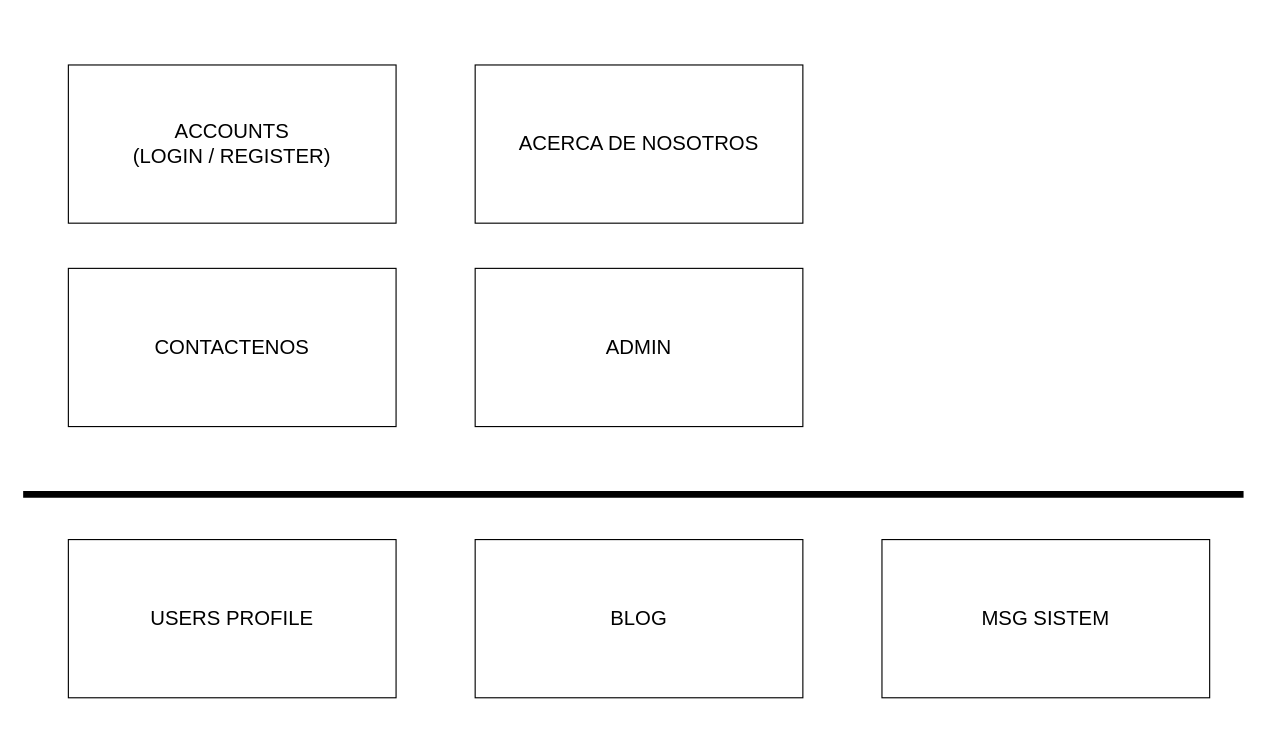
Before: apps.drawio in claracena/coderblog, a draw.io diagram. Source tidied: cells renumbered, new cells numbered last; positions are measured from the earlier drawing's top-left corner, leaving out a move shared by most shapes. Both pictures are drawn from the tidied source at 113%, with x=0, y=0 at pixel (23, 64).
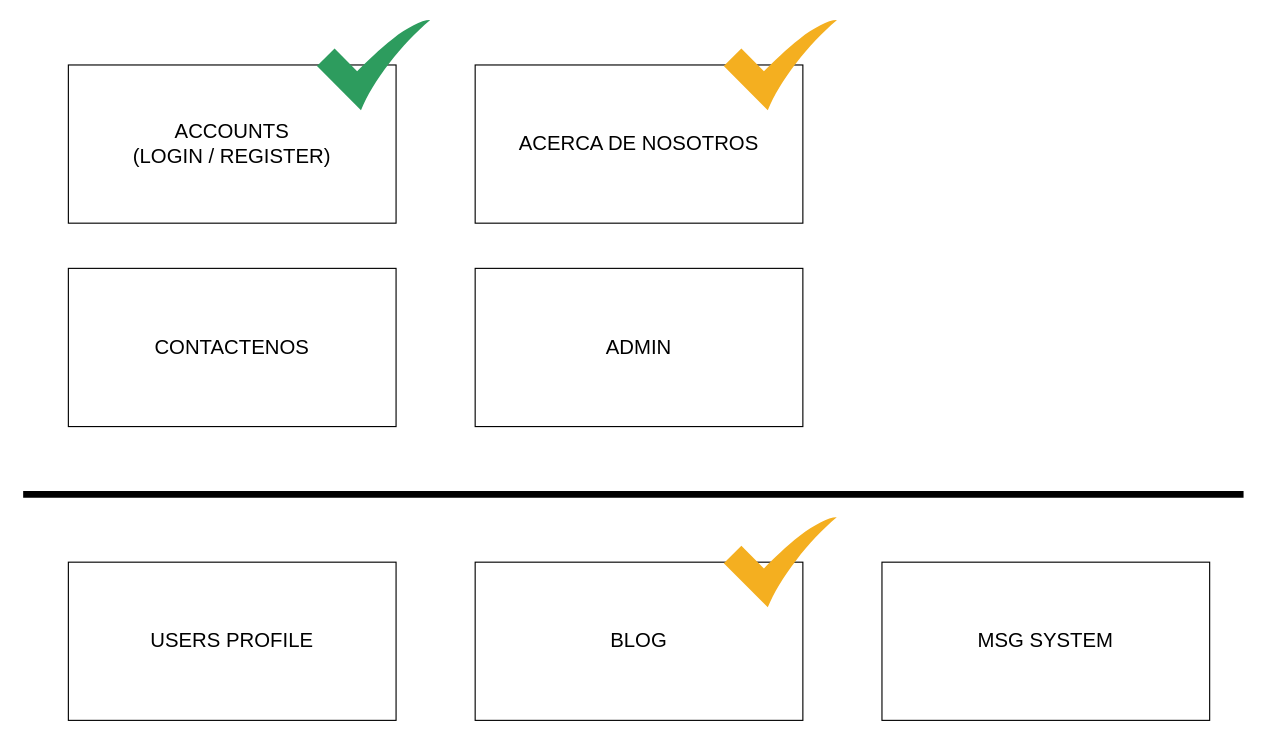
The same page after the edit.

What changed in the source:
```diff
@@
 <mxGraphModel>
   <root>
     <mxCell id="0" />
     <mxCell id="1" parent="0" />
     <mxCell id="2" value="ACCOUNTS&lt;br style=&quot;font-size: 18px;&quot;&gt;(LOGIN / REGISTER)" style="rounded=0;whiteSpace=wrap;html=1;fontSize=18;fontStyle=0;" parent="1" vertex="1">
       <mxGeometry x="40" width="290" height="140" as="geometry" />
     </mxCell>
     <mxCell id="3" value="BLOG" style="rounded=0;whiteSpace=wrap;html=1;fontSize=18;fontStyle=0;" parent="1" vertex="1">
-      <mxGeometry x="400" y="420" width="290" height="140" as="geometry" />
+      <mxGeometry x="400" y="440" width="290" height="140" as="geometry" />
     </mxCell>
     <mxCell id="4" value="ACERCA DE NOSOTROS" style="rounded=0;whiteSpace=wrap;html=1;fontSize=18;fontStyle=0;" parent="1" vertex="1">
       <mxGeometry x="400" width="290" height="140" as="geometry" />
     </mxCell>
     <mxCell id="5" value="CONTACTENOS" style="rounded=0;whiteSpace=wrap;html=1;fontSize=18;fontStyle=0;" parent="1" vertex="1">
       <mxGeometry x="40" y="180" width="290" height="140" as="geometry" />
     </mxCell>
     <mxCell id="6" value="ADMIN" style="rounded=0;whiteSpace=wrap;html=1;fontSize=18;fontStyle=0;" parent="1" vertex="1">
       <mxGeometry x="400" y="180" width="290" height="140" as="geometry" />
     </mxCell>
     <mxCell id="7" value="USERS PROFILE" style="rounded=0;whiteSpace=wrap;html=1;fontSize=18;fontStyle=0;" parent="1" vertex="1">
-      <mxGeometry x="40" y="420" width="290" height="140" as="geometry" />
+      <mxGeometry x="40" y="440" width="290" height="140" as="geometry" />
     </mxCell>
-    <mxCell id="8" value="MSG SISTEM" style="rounded=0;whiteSpace=wrap;html=1;fontSize=18;fontStyle=0;" parent="1" vertex="1">
-      <mxGeometry x="760" y="420" width="290" height="140" as="geometry" />
+    <mxCell id="8" value="MSG SYSTEM" style="rounded=0;whiteSpace=wrap;html=1;fontSize=18;fontStyle=0;" parent="1" vertex="1">
+      <mxGeometry x="760" y="440" width="290" height="140" as="geometry" />
     </mxCell>
     <mxCell id="9" style="endArrow=none;html=1;fontSize=18;strokeWidth=6;" parent="1" edge="1">
       <mxGeometry relative="1" as="geometry">
         <mxPoint y="380" as="sourcePoint" />
         <mxPoint x="1080" y="380" as="targetPoint" />
       </mxGeometry>
     </mxCell>
+    <mxCell id="10" style="html=1;strokeColor=none;shadow=0;align=center;verticalAlign=top;fillColor=#2D9C5E;shape=mxgraph.gcp2.check;fontSize=18;" parent="1" vertex="1">
+      <mxGeometry x="260" y="-40" width="100" height="80" as="geometry" />
+    </mxCell>
+    <mxCell id="11" style="html=1;strokeColor=none;shadow=0;align=center;verticalAlign=top;fillColor=#F4AF20;shape=mxgraph.gcp2.check;fontSize=18;" parent="1" vertex="1">
+      <mxGeometry x="620" y="400" width="100" height="80" as="geometry" />
+    </mxCell>
+    <mxCell id="12" style="html=1;strokeColor=none;shadow=0;align=center;verticalAlign=top;fillColor=#F4AF20;shape=mxgraph.gcp2.check;fontSize=18;" parent="1" vertex="1">
+      <mxGeometry x="620" y="-40" width="100" height="80" as="geometry" />
+    </mxCell>
   </root>
 </mxGraphModel>
```
